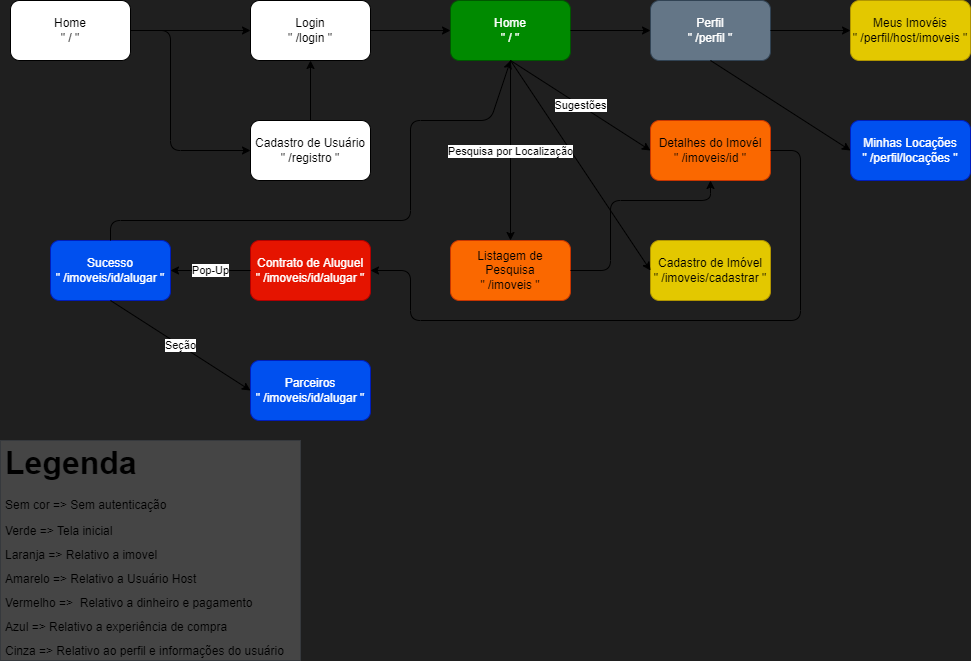
locus-dev/flatup-app keeps this draw.io diagram as docs/fluxo de telas.png. Above is the earlier version. Source tidied: cells renumbered, new cells last; positions are measured from the earlier drawing's top-left corner, leaving out a move shared by most shapes.
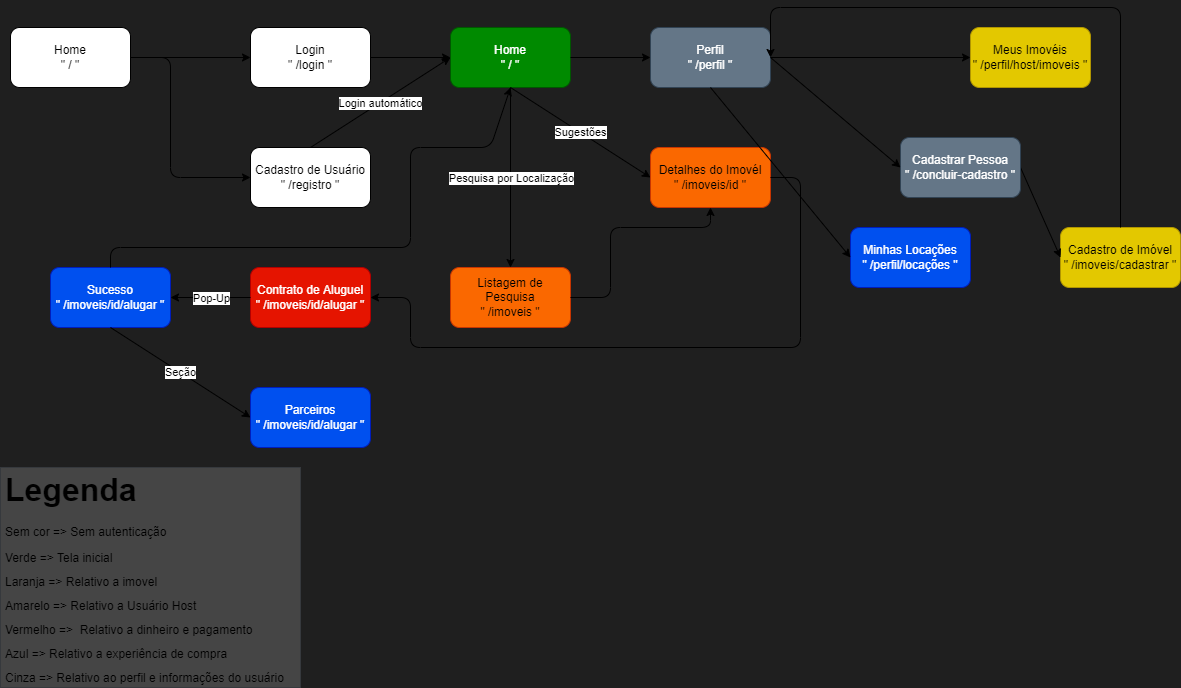
After the change.

Change to the diagram source:
```diff
@@ -22,9 +22,6 @@
         </Array>
       </mxGeometry>
     </mxCell>
-    <mxCell id="7" style="endArrow=classic;html=1;entryX=0.5;entryY=1;entryDx=0;entryDy=0;exitX=0.5;exitY=0;exitDx=0;exitDy=0;rounded=1;" parent="1" edge="1" source="4" target="3">
-      <mxGeometry relative="1" as="geometry" />
-    </mxCell>
     <mxCell id="8" value="Home&lt;br&gt;&quot; / &quot;" style="rounded=1;whiteSpace=wrap;html=1;fillColor=#008a00;fontColor=#ffffff;strokeColor=#005700;" parent="1" vertex="1">
       <mxGeometry x="450" width="120" height="60" as="geometry" />
     </mxCell>
@@ -38,12 +35,10 @@
       <mxGeometry relative="1" as="geometry" />
     </mxCell>
     <mxCell id="12" value="Cadastro de Imóvel&lt;br&gt;&quot; /imoveis/cadastrar &quot;" style="rounded=1;whiteSpace=wrap;html=1;fillColor=#e3c800;fontColor=#000000;strokeColor=#B09500;" parent="1" vertex="1">
-      <mxGeometry x="650" y="240" width="120" height="60" as="geometry" />
+      <mxGeometry x="1060" y="200" width="120" height="60" as="geometry" />
     </mxCell>
-    <mxCell id="13" style="endArrow=classic;html=1;entryX=0;entryY=0.5;entryDx=0;entryDy=0;rounded=1;" parent="1" edge="1" target="12">
-      <mxGeometry relative="1" as="geometry">
-        <mxPoint x="510" y="60" as="sourcePoint" />
-      </mxGeometry>
+    <mxCell id="13" style="endArrow=classic;html=1;entryX=0;entryY=0.5;entryDx=0;entryDy=0;rounded=1;exitX=1;exitY=0.5;exitDx=0;exitDy=0;" parent="1" edge="1" source="37" target="12">
+      <mxGeometry relative="1" as="geometry" />
     </mxCell>
     <mxCell id="14" value="Detalhes do Imovél&lt;br&gt;&quot; /imoveis/id &quot;" style="rounded=1;whiteSpace=wrap;html=1;fillColor=#fa6800;fontColor=#000000;strokeColor=#C73500;" parent="1" vertex="1">
       <mxGeometry x="650" y="120" width="120" height="60" as="geometry" />
@@ -117,13 +112,13 @@
       </mxGeometry>
     </mxCell>
     <mxCell id="30" value="Meus Imovéis&lt;br&gt;&quot; /perfil/host/imoveis &quot;" style="rounded=1;whiteSpace=wrap;html=1;fillColor=#e3c800;fontColor=#000000;strokeColor=#B09500;" parent="1" vertex="1">
-      <mxGeometry x="850" width="120" height="60" as="geometry" />
+      <mxGeometry x="970" width="120" height="60" as="geometry" />
     </mxCell>
     <mxCell id="31" style="endArrow=classic;html=1;entryX=0;entryY=0.5;entryDx=0;entryDy=0;exitX=1;exitY=0.5;exitDx=0;exitDy=0;rounded=1;" parent="1" edge="1" source="10" target="30">
       <mxGeometry relative="1" as="geometry" />
     </mxCell>
     <mxCell id="32" value="Minhas Locações&lt;br&gt;&quot; /perfil/locações &quot;" style="rounded=1;whiteSpace=wrap;html=1;fillColor=#0050ef;fontColor=#ffffff;strokeColor=#001DBC;" parent="1" vertex="1">
-      <mxGeometry x="850" y="120" width="120" height="60" as="geometry" />
+      <mxGeometry x="850" y="200" width="120" height="60" as="geometry" />
     </mxCell>
     <mxCell id="33" style="endArrow=classic;html=1;entryX=0;entryY=0.5;entryDx=0;entryDy=0;exitX=0.5;exitY=1;exitDx=0;exitDy=0;rounded=1;" parent="1" edge="1" source="10" target="32">
       <mxGeometry relative="1" as="geometry" />
@@ -131,5 +126,25 @@
     <mxCell id="34" value="&lt;p style=&quot;line-height: 0.6&quot;&gt;&lt;/p&gt;&lt;h1 style=&quot;line-height: 0.8&quot;&gt;Legenda&lt;/h1&gt;&lt;p style=&quot;text-align: justify ; font-size: 12px&quot;&gt;Sem cor =&amp;gt; Sem autenticação&lt;/p&gt;&lt;p style=&quot;text-align: justify ; font-size: 12px ; line-height: 1&quot;&gt;Verde =&amp;gt; Tela inicial&lt;/p&gt;&lt;p style=&quot;text-align: justify ; font-size: 12px ; line-height: 1&quot;&gt;Laranja =&amp;gt; Relativo a imovel&lt;/p&gt;&lt;p style=&quot;text-align: justify ; font-size: 12px ; line-height: 1&quot;&gt;Amarelo =&amp;gt; Relativo a Usuário Host&lt;/p&gt;&lt;p style=&quot;text-align: justify ; font-size: 12px ; line-height: 1&quot;&gt;Vermelho =&amp;gt;&amp;nbsp; Relativo a dinheiro e pagamento&lt;/p&gt;&lt;p style=&quot;text-align: justify ; font-size: 12px ; line-height: 1&quot;&gt;Azul =&amp;gt; Relativo a experiência de compra&lt;/p&gt;&lt;p style=&quot;text-align: justify ; font-size: 12px ; line-height: 1&quot;&gt;Cinza =&amp;gt; Relativo ao perfil e informações do usuário&lt;/p&gt;&lt;p&gt;&lt;/p&gt;" style="text;html=1;spacing=5;spacingTop=-20;whiteSpace=wrap;overflow=hidden;rounded=0;fontSize=16;fillColor=#454545;strokeColor=#36393d;gradientColor=none;gradientDirection=east;" parent="1" vertex="1">
       <mxGeometry y="440" width="300" height="220" as="geometry" />
     </mxCell>
+    <mxCell id="35" style="endArrow=classic;html=1;exitX=0.5;exitY=0;exitDx=0;exitDy=0;entryX=0;entryY=0.5;entryDx=0;entryDy=0;" parent="1" edge="1" source="4" target="8">
+      <mxGeometry relative="1" as="geometry" />
+    </mxCell>
+    <mxCell id="36" value="Login automático" style="edgeLabel;html=1;align=center;verticalAlign=middle;" parent="35" vertex="1">
+      <mxGeometry relative="1" as="geometry" />
+    </mxCell>
+    <mxCell id="37" value="Cadastrar Pessoa&lt;br&gt;&quot; /concluir-cadastro &quot;" style="rounded=1;whiteSpace=wrap;html=1;fillColor=#647687;fontColor=#ffffff;strokeColor=#314354;" parent="1" vertex="1">
+      <mxGeometry x="900" y="110" width="120" height="60" as="geometry" />
+    </mxCell>
+    <mxCell id="38" style="endArrow=classic;html=1;exitX=1;exitY=0.5;exitDx=0;exitDy=0;entryX=0;entryY=0.5;entryDx=0;entryDy=0;" parent="1" edge="1" source="10" target="37">
+      <mxGeometry relative="1" as="geometry" />
+    </mxCell>
+    <mxCell id="39" style="endArrow=classic;html=1;exitX=0.5;exitY=0;exitDx=0;exitDy=0;entryX=1;entryY=0.5;entryDx=0;entryDy=0;" parent="1" edge="1" source="12" target="10">
+      <mxGeometry relative="1" as="geometry">
+        <Array as="points">
+          <mxPoint x="1120" y="-20" />
+          <mxPoint x="770" y="-20" />
+        </Array>
+      </mxGeometry>
+    </mxCell>
   </root>
 </mxGraphModel>
```
